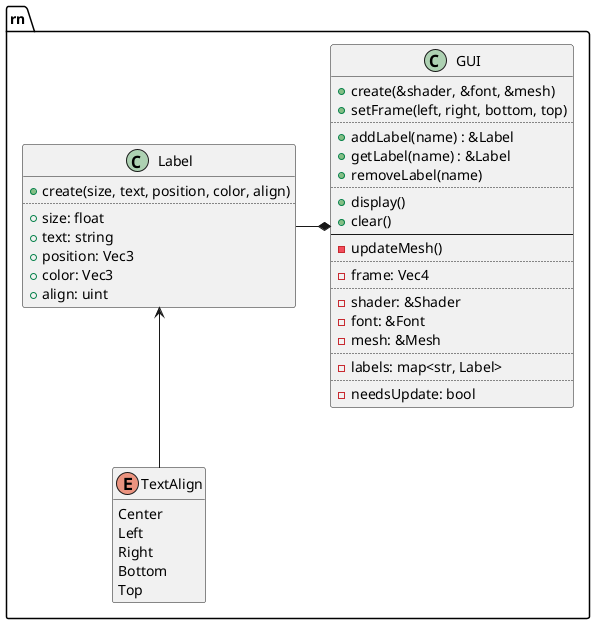
Above: design/gui.png in ba6er/marblemaze (PlantUML), before the change.
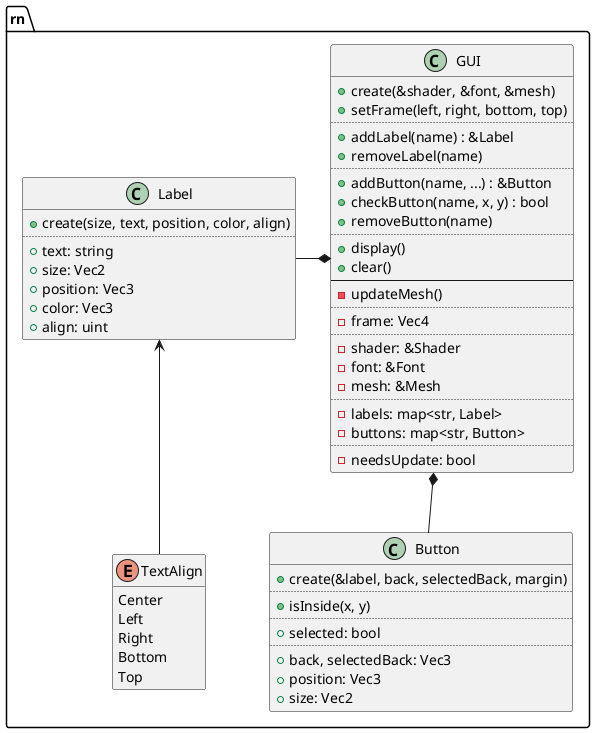
The same diagram one commit later.

Commit message:
Added buttons to GUI

The edit, as a diff of the source:
```diff
@@ -6,8 +6,11 @@
 	+setFrame(left, right, bottom, top)
 	..
 	+addLabel(name) : &Label
-	+getLabel(name) : &Label
 	+removeLabel(name)
+	..
+	+addButton(name, ...) : &Button
+	+checkButton(name, x, y) : bool
+	+removeButton(name)
 	..
 	+display()
 	+clear()
@@ -21,6 +24,7 @@
 	-mesh: &Mesh
 	..
 	-labels: map<str, Label>
+	-buttons: map<str, Button>
 	..
 	-needsUpdate: bool
 }
@@ -37,15 +41,28 @@
 class rn::Label {
 	+create(size, text, position, color, align)
 	..
-	+size: float
 	+text: string
+	+size: Vec2
 	+position: Vec3
 	+color: Vec3
 	+align: uint
 }
 
+class rn::Button {
+	+create(&label, back, selectedBack, margin)
+	..
+	+isInside(x, y)
+	..
+	+selected: bool
+	..
+	+back, selectedBack: Vec3
+	+position: Vec3
+	+size: Vec2
+}
+
 Label <-- TextAlign
 
 GUI *-left- Label
+GUI *-down- Button
 
 @enduml
```
